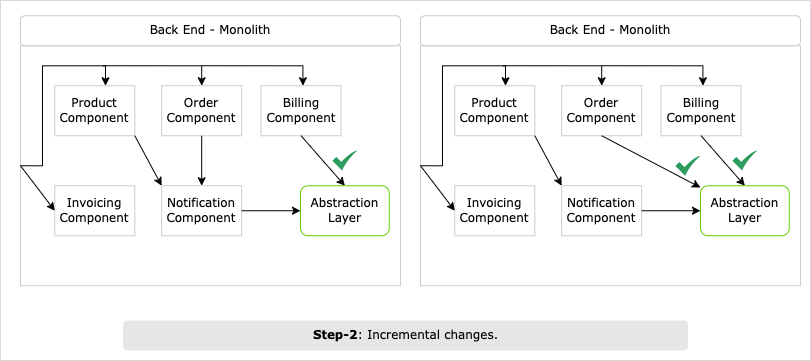
The draw.io diagram diagrams/branch-by-abstraction-clients-incremental-updates.png in shahzadhuq/modernization-decomposing-monolith, before a commit. Source tidied: cells renumbered, new cells last; positions are measured from the earlier drawing's top-left corner, leaving out a move shared by most shapes.
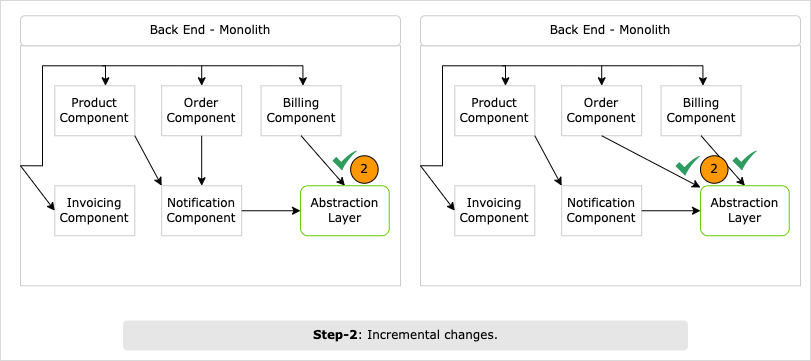
After the change.

The edit, as a diff of the source:
```diff
@@ -135,5 +135,11 @@
     <mxCell id="38" style="sketch=0;html=1;strokeColor=none;shadow=0;align=center;verticalAlign=top;fillColor=#2D9C5E;shape=mxgraph.gcp2.check;fontColor=#97D077;" parent="1" vertex="1">
       <mxGeometry x="675" y="155.2" width="25" height="20" as="geometry" />
     </mxCell>
+    <mxCell id="39" value="2" style="ellipse;whiteSpace=wrap;html=1;fillColor=#FE9800;fontFamily=Verdana;" parent="1" vertex="1">
+      <mxGeometry x="350.2" y="155.2" width="27.5" height="27.5" as="geometry" />
+    </mxCell>
+    <mxCell id="40" value="2" style="ellipse;whiteSpace=wrap;html=1;fillColor=#FE9800;fontFamily=Verdana;" parent="1" vertex="1">
+      <mxGeometry x="700" y="155.2" width="27.5" height="27.5" as="geometry" />
+    </mxCell>
   </root>
 </mxGraphModel>
```
